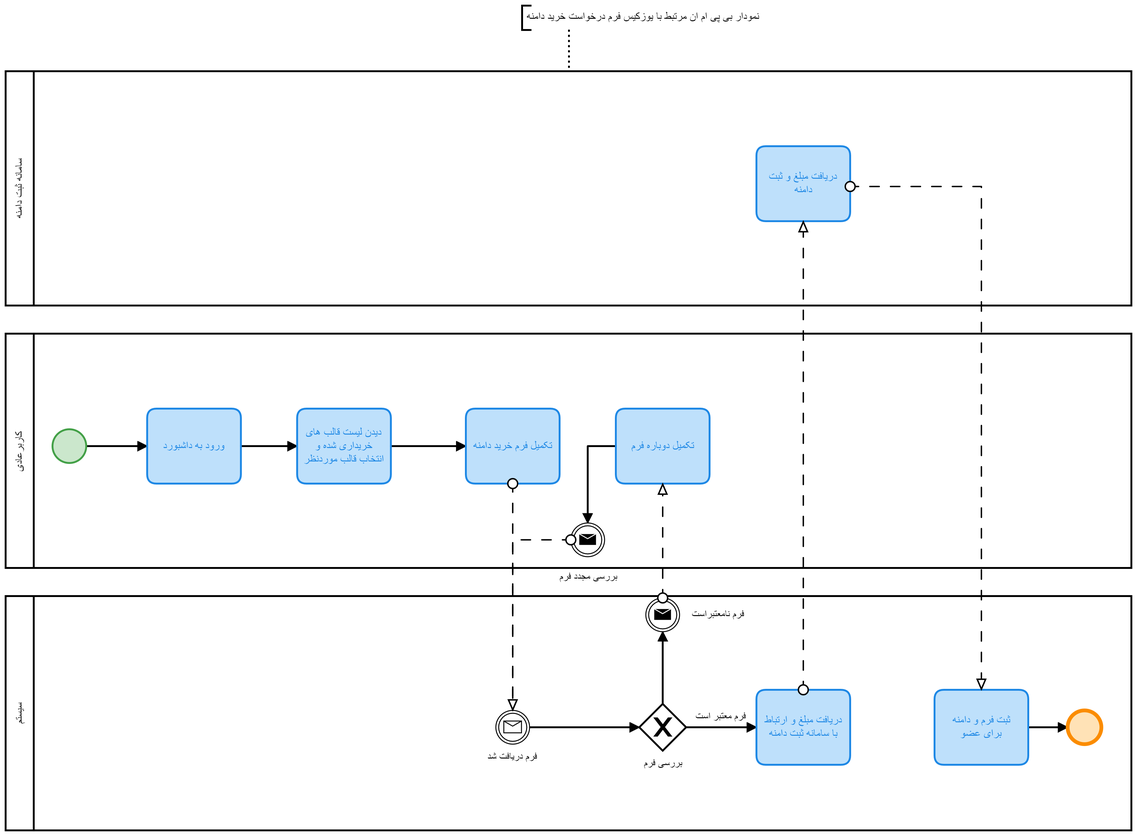
This is Diagrams/Activity Diagram & bpmn diagram/bpmn/PDF-version/buy-domain-for-user.png from hirezadehghani/website-builder, a BPMN export, as it was before one commit. Its source is kept beside it as Diagrams/Activity Diagram & bpmn diagram/bpmn/buy-domain-for-user.bpmn. Ids are renumbered.
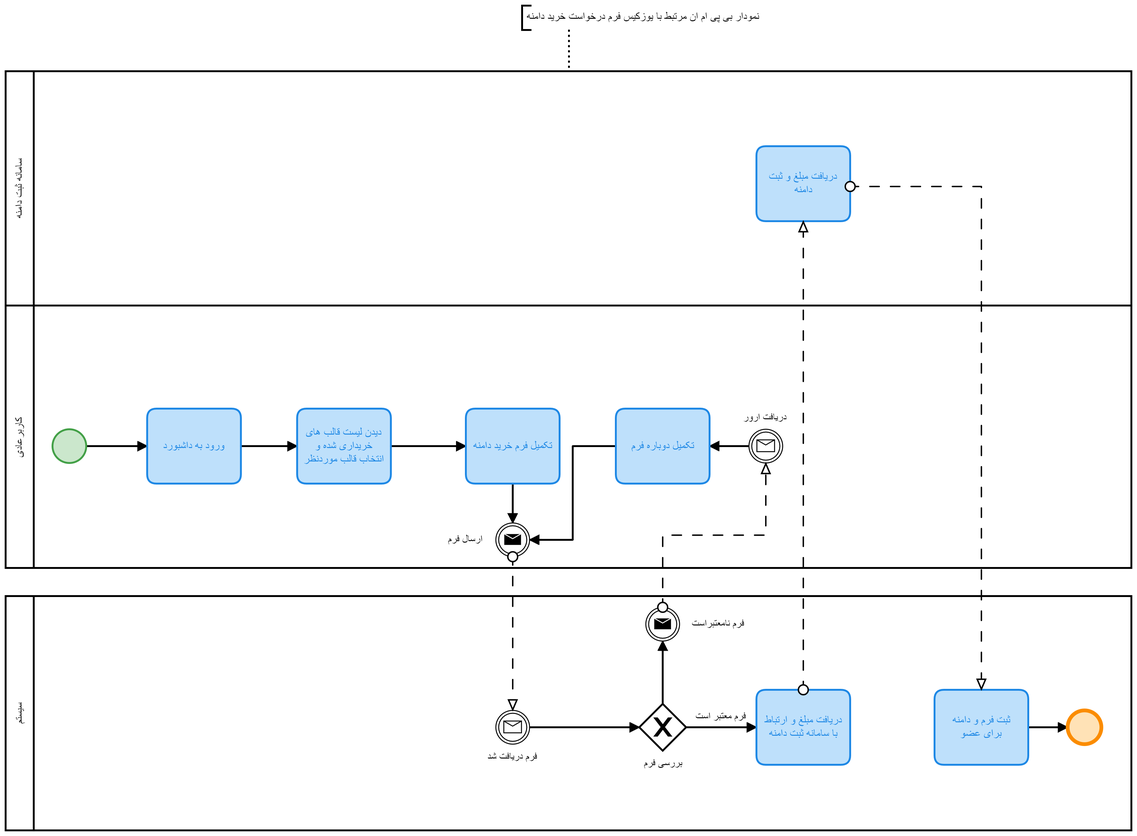
After the change.

What changed in the source:
```diff
@@ -4,9 +4,8 @@
     <bpmn:participant id="Participant_n5" name="سیستم" processRef="Process_n6" />
     <bpmn:participant id="Participant_n7" name="سامانه ثبت دامنه" processRef="Process_n8" />
     <bpmn:messageFlow id="Flow_n9" sourceRef="Activity_n10" targetRef="Activity_n11" />
-    <bpmn:messageFlow id="Flow_n12" sourceRef="Activity_n13" targetRef="Event_n14" />
     <bpmn:messageFlow id="Flow_n15" sourceRef="Activity_n16" targetRef="Activity_n10" />
-    <bpmn:messageFlow id="Flow_n17" sourceRef="Event_n18" targetRef="Activity_n19" />
+    <bpmn:messageFlow id="Flow_n17" sourceRef="Event_n18" targetRef="Event_n39" />
     <bpmn:messageFlow id="Flow_n20" sourceRef="Event_n21" targetRef="Event_n14" />
     <bpmn:textAnnotation id="TextAnnotation_n22">
       <bpmn:text>نمودار بی پی ام ان مرتبط با یوزکیس فرم درخواست خرید دامنه</bpmn:text>
@@ -27,18 +26,27 @@
     </bpmn:task>
     <bpmn:task id="Activity_n13" name="تکمیل فرم خرید دامنه">
       <bpmn:incoming>Flow_n28</bpmn:incoming>
+      <bpmn:outgoing>Flow_n40</bpmn:outgoing>
     </bpmn:task>
-    <bpmn:task id="Activity_n19" name="تکمیل دوباره فرم">
-      <bpmn:outgoing>Flow_n29</bpmn:outgoing>
-    </bpmn:task>
-    <bpmn:intermediateThrowEvent id="Event_n21" name="بررسی مجدد فرم">
-      <bpmn:incoming>Flow_n29</bpmn:incoming>
-      <bpmn:messageEventDefinition id="MessageEventDefinition_n30" />
-    </bpmn:intermediateThrowEvent>
-    <bpmn:sequenceFlow id="Flow_n29" sourceRef="Activity_n19" targetRef="Event_n21" />
     <bpmn:sequenceFlow id="Flow_n26" sourceRef="Activity_n25" targetRef="Activity_n27" />
     <bpmn:sequenceFlow id="Flow_n24" sourceRef="StartEvent_1" targetRef="Activity_n25" />
     <bpmn:sequenceFlow id="Flow_n28" sourceRef="Activity_n27" targetRef="Activity_n13" />
+    <bpmn:intermediateThrowEvent id="Event_n21" name="ارسال فرم">
+      <bpmn:incoming>Flow_n40</bpmn:incoming>
+      <bpmn:incoming>Flow_n41</bpmn:incoming>
+      <bpmn:messageEventDefinition id="MessageEventDefinition_n30" />
+    </bpmn:intermediateThrowEvent>
+    <bpmn:sequenceFlow id="Flow_n40" sourceRef="Activity_n13" targetRef="Event_n21" />
+    <bpmn:sequenceFlow id="Flow_n41" sourceRef="Activity_n19" targetRef="Event_n21" />
+    <bpmn:task id="Activity_n19" name="تکمیل دوباره فرم">
+      <bpmn:incoming>Flow_n42</bpmn:incoming>
+      <bpmn:outgoing>Flow_n41</bpmn:outgoing>
+    </bpmn:task>
+    <bpmn:intermediateCatchEvent id="Event_n39" name="دریافت ارور">
+      <bpmn:outgoing>Flow_n42</bpmn:outgoing>
+      <bpmn:messageEventDefinition id="MessageEventDefinition_n43" />
+    </bpmn:intermediateCatchEvent>
+    <bpmn:sequenceFlow id="Flow_n42" sourceRef="Event_n39" targetRef="Activity_n19" />
   </bpmn:process>
   <bpmn:process id="Process_n6" isExecutable="false">
     <bpmn:exclusiveGateway id="Gateway_n31" name="بررسی فرم">
@@ -59,14 +67,14 @@
       <bpmn:outgoing>Flow_n32</bpmn:outgoing>
       <bpmn:messageEventDefinition id="MessageEventDefinition_n37" />
     </bpmn:intermediateCatchEvent>
+    <bpmn:sequenceFlow id="Flow_n34" sourceRef="Gateway_n31" targetRef="Event_n18" />
+    <bpmn:sequenceFlow id="Flow_n32" sourceRef="Event_n14" targetRef="Gateway_n31" />
+    <bpmn:sequenceFlow id="Flow_n33" name="فرم معتبر است" sourceRef="Gateway_n31" targetRef="Activity_n16" />
+    <bpmn:sequenceFlow id="Flow_n35" sourceRef="Activity_n11" targetRef="Event_n36" />
     <bpmn:intermediateThrowEvent id="Event_n18" name="فرم نامعتبراست">
       <bpmn:incoming>Flow_n34</bpmn:incoming>
       <bpmn:messageEventDefinition id="MessageEventDefinition_n38" />
     </bpmn:intermediateThrowEvent>
-    <bpmn:sequenceFlow id="Flow_n34" sourceRef="Gateway_n31" targetRef="Event_n18" />
-    <bpmn:sequenceFlow id="Flow_n32" sourceRef="Event_n14" targetRef="Gateway_n31" />
-    <bpmn:sequenceFlow id="Flow_n33" name="فرم معتبر است" sourceRef="Gateway_n31" targetRef="Activity_n16" />
-    <bpmn:sequenceFlow id="Flow_n35" sourceRef="Activity_n11" targetRef="Event_n36" />
   </bpmn:process>
   <bpmn:process id="Process_n8" isExecutable="false">
     <bpmn:task id="Activity_n10" name="دریافت مبلغ و ثبت دامنه" />
@@ -74,24 +82,33 @@
   <bpmndi:BPMNDiagram id="BPMNDiagram_1">
     <bpmndi:BPMNPlane id="BPMNPlane_1" bpmnElement="Collaboration_n2">
       <bpmndi:BPMNShape id="Participant_n3_di" bpmnElement="Participant_n3" isHorizontal="true">
-        <dc:Bounds x="129" y="430" width="1201" height="250" />
+        <dc:Bounds x="129" y="400" width="1201" height="280" />
       </bpmndi:BPMNShape>
-      <bpmndi:BPMNEdge id="Flow_n29_di" bpmnElement="Flow_n29">
-        <di:waypoint x="780" y="550" />
-        <di:waypoint x="750" y="550" />
-        <di:waypoint x="750" y="632" />
+      <bpmndi:BPMNEdge id="Flow_n28_di" bpmnElement="Flow_n28">
+        <di:waypoint x="540" y="550" />
+        <di:waypoint x="620" y="550" />
+      </bpmndi:BPMNEdge>
+      <bpmndi:BPMNEdge id="Flow_n24_di" bpmnElement="Flow_n24">
+        <di:waypoint x="215" y="550" />
+        <di:waypoint x="280" y="550" />
       </bpmndi:BPMNEdge>
       <bpmndi:BPMNEdge id="Flow_n26_di" bpmnElement="Flow_n26">
         <di:waypoint x="380" y="550" />
         <di:waypoint x="440" y="550" />
       </bpmndi:BPMNEdge>
-      <bpmndi:BPMNEdge id="Flow_n24_di" bpmnElement="Flow_n24">
-        <di:waypoint x="215" y="550" />
-        <di:waypoint x="280" y="550" />
+      <bpmndi:BPMNEdge id="Flow_n40_di" bpmnElement="Flow_n40">
+        <di:waypoint x="670" y="590" />
+        <di:waypoint x="670" y="632" />
       </bpmndi:BPMNEdge>
-      <bpmndi:BPMNEdge id="Flow_n28_di" bpmnElement="Flow_n28">
-        <di:waypoint x="540" y="550" />
-        <di:waypoint x="620" y="550" />
+      <bpmndi:BPMNEdge id="Flow_n41_di" bpmnElement="Flow_n41">
+        <di:waypoint x="780" y="550" />
+        <di:waypoint x="734" y="550" />
+        <di:waypoint x="734" y="650" />
+        <di:waypoint x="688" y="650" />
+      </bpmndi:BPMNEdge>
+      <bpmndi:BPMNEdge id="Flow_n42_di" bpmnElement="Flow_n42">
+        <di:waypoint x="922" y="550" />
+        <di:waypoint x="880" y="550" />
       </bpmndi:BPMNEdge>
       <bpmndi:BPMNShape id="_BPMNShape_StartEvent_2" bpmnElement="StartEvent_1" bioc:stroke="#43a047" bioc:fill="#c8e6c9" color:background-color="#c8e6c9" color:border-color="#43a047">
         <dc:Bounds x="179" y="532" width="36" height="36" />
@@ -105,25 +122,27 @@
       <bpmndi:BPMNShape id="Activity_n13_di" bpmnElement="Activity_n13" bioc:stroke="#1e88e5" bioc:fill="#bbdefb" color:background-color="#bbdefb" color:border-color="#1e88e5">
         <dc:Bounds x="620" y="510" width="100" height="80" />
       </bpmndi:BPMNShape>
+      <bpmndi:BPMNShape id="Event_0fd7bq7_di" bpmnElement="Event_n21">
+        <dc:Bounds x="652" y="632" width="36" height="36" />
+        <bpmndi:BPMNLabel>
+          <dc:Bounds x="601" y="643" width="37" height="14" />
+        </bpmndi:BPMNLabel>
+      </bpmndi:BPMNShape>
       <bpmndi:BPMNShape id="Activity_n19_di" bpmnElement="Activity_n19" bioc:stroke="#1e88e5" bioc:fill="#bbdefb" color:background-color="#bbdefb" color:border-color="#1e88e5">
         <dc:Bounds x="780" y="510" width="100" height="80" />
       </bpmndi:BPMNShape>
-      <bpmndi:BPMNShape id="Event_0fd7bq7_di" bpmnElement="Event_n21">
-        <dc:Bounds x="732" y="632" width="36" height="36" />
+      <bpmndi:BPMNShape id="Event_0a6mu7o_di" bpmnElement="Event_n39">
+        <dc:Bounds x="922" y="532" width="36" height="36" />
         <bpmndi:BPMNLabel>
-          <dc:Bounds x="720" y="683" width="61" height="14" />
+          <dc:Bounds x="916" y="513" width="48" height="14" />
         </bpmndi:BPMNLabel>
       </bpmndi:BPMNShape>
       <bpmndi:BPMNShape id="Participant_n5_di" bpmnElement="Participant_n5" isHorizontal="true">
         <dc:Bounds x="129" y="710" width="1201" height="250" />
       </bpmndi:BPMNShape>
-      <bpmndi:BPMNEdge id="Flow_n34_di" bpmnElement="Flow_n34">
-        <di:waypoint x="830" y="825" />
-        <di:waypoint x="830" y="748" />
-      </bpmndi:BPMNEdge>
-      <bpmndi:BPMNEdge id="Flow_n32_di" bpmnElement="Flow_n32">
-        <di:waypoint x="688" y="850" />
-        <di:waypoint x="805" y="850" />
+      <bpmndi:BPMNEdge id="Flow_n35_di" bpmnElement="Flow_n35">
+        <di:waypoint x="1220" y="850" />
+        <di:waypoint x="1262" y="850" />
       </bpmndi:BPMNEdge>
       <bpmndi:BPMNEdge id="Flow_n33_di" bpmnElement="Flow_n33">
         <di:waypoint x="855" y="850" />
@@ -132,9 +151,13 @@
           <dc:Bounds x="865" y="832" width="55" height="14" />
         </bpmndi:BPMNLabel>
       </bpmndi:BPMNEdge>
-      <bpmndi:BPMNEdge id="Flow_n35_di" bpmnElement="Flow_n35">
-        <di:waypoint x="1220" y="850" />
-        <di:waypoint x="1262" y="850" />
+      <bpmndi:BPMNEdge id="Flow_n32_di" bpmnElement="Flow_n32">
+        <di:waypoint x="688" y="850" />
+        <di:waypoint x="805" y="850" />
+      </bpmndi:BPMNEdge>
+      <bpmndi:BPMNEdge id="Flow_n34_di" bpmnElement="Flow_n34">
+        <di:waypoint x="830" y="825" />
+        <di:waypoint x="830" y="758" />
       </bpmndi:BPMNEdge>
       <bpmndi:BPMNShape id="Gateway_n31_di" bpmnElement="Gateway_n31" isMarkerVisible="true">
         <dc:Bounds x="805" y="825" width="50" height="50" />
@@ -158,9 +181,9 @@
         </bpmndi:BPMNLabel>
       </bpmndi:BPMNShape>
       <bpmndi:BPMNShape id="Event_0xp2gln_di" bpmnElement="Event_n18">
-        <dc:Bounds x="812" y="712" width="36" height="36" />
+        <dc:Bounds x="812" y="722" width="36" height="36" />
         <bpmndi:BPMNLabel>
-          <dc:Bounds x="861" y="723" width="57" height="14" />
+          <dc:Bounds x="861" y="733" width="57" height="14" />
         </bpmndi:BPMNLabel>
       </bpmndi:BPMNShape>
       <bpmndi:BPMNShape id="Participant_n7_di" bpmnElement="Participant_n7" isHorizontal="true">
@@ -181,21 +204,18 @@
         <di:waypoint x="1170" y="273" />
         <di:waypoint x="1170" y="810" />
       </bpmndi:BPMNEdge>
-      <bpmndi:BPMNEdge id="Flow_n12_di" bpmnElement="Flow_n12">
-        <di:waypoint x="670" y="590" />
-        <di:waypoint x="670" y="832" />
-      </bpmndi:BPMNEdge>
       <bpmndi:BPMNEdge id="Flow_n15_di" bpmnElement="Flow_n15">
         <di:waypoint x="980" y="810" />
         <di:waypoint x="980" y="310" />
       </bpmndi:BPMNEdge>
       <bpmndi:BPMNEdge id="Flow_n17_di" bpmnElement="Flow_n17">
-        <di:waypoint x="830" y="712" />
-        <di:waypoint x="830" y="590" />
+        <di:waypoint x="830" y="722" />
+        <di:waypoint x="830" y="645" />
+        <di:waypoint x="940" y="645" />
+        <di:waypoint x="940" y="568" />
       </bpmndi:BPMNEdge>
       <bpmndi:BPMNEdge id="Flow_n20_di" bpmnElement="Flow_n20">
-        <di:waypoint x="732" y="650" />
-        <di:waypoint x="670" y="650" />
+        <di:waypoint x="670" y="668" />
         <di:waypoint x="670" y="832" />
       </bpmndi:BPMNEdge>
     </bpmndi:BPMNPlane>
```
